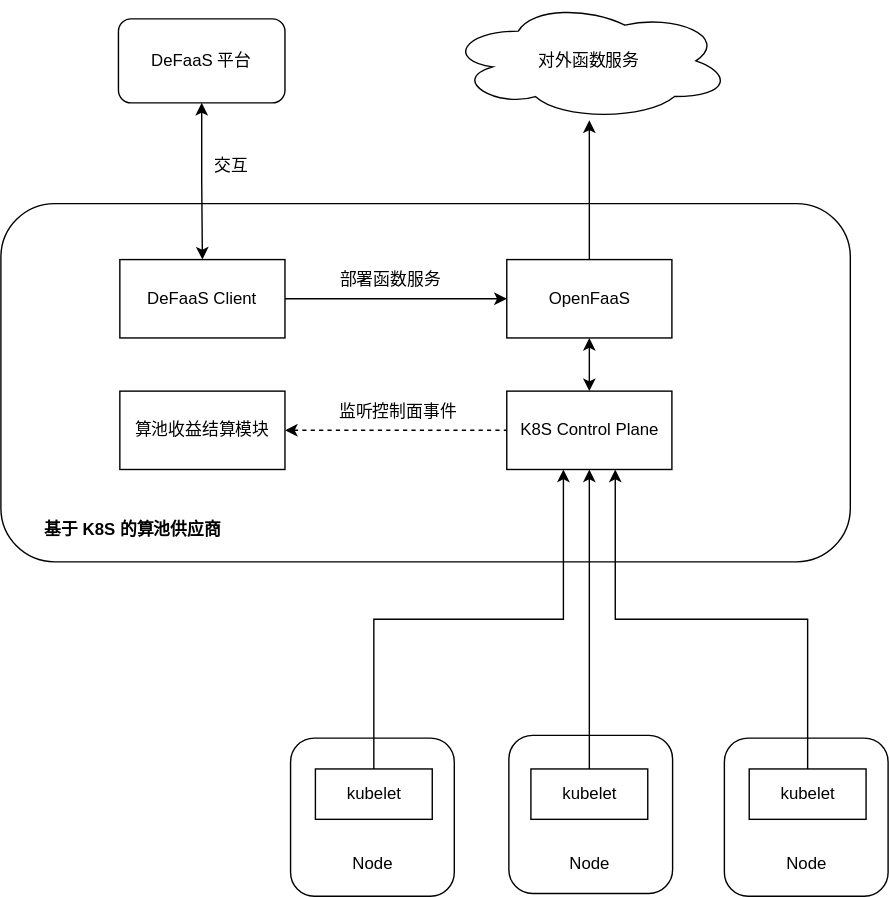
Before: docs/defaas-docs/defaas-imgs/K8S-based-Computing-Pool-Provider.svg, a diagram exported from draw.io (BangHonor/DeFaaS). Source tidied: cells renumbered, new cells last; positions are measured from the earlier drawing's top-left corner, leaving out a move shared by most shapes. The source it was exported from:
```xml
<mxGraphModel>
  <root>
    <mxCell id="0" />
    <mxCell id="1" parent="0" />
    <mxCell id="2" style="rounded=1;whiteSpace=wrap;html=1;" parent="1" vertex="1">
      <mxGeometry x="363" y="525" width="117" height="113" as="geometry" />
    </mxCell>
    <mxCell id="3" style="rounded=1;whiteSpace=wrap;html=1;" parent="1" vertex="1">
      <mxGeometry y="145" width="607" height="256" as="geometry" />
    </mxCell>
    <mxCell id="4" style="edgeStyle=orthogonalEdgeStyle;rounded=0;jettySize=auto;html=1;entryX=0.5;entryY=0;entryDx=0;entryDy=0;startArrow=classic;startFill=1;" parent="1" edge="1" source="5" target="14">
      <mxGeometry relative="1" as="geometry" />
    </mxCell>
    <mxCell id="5" value="DeFaaS 平台" style="rounded=1;whiteSpace=wrap;html=1;" parent="1" vertex="1">
      <mxGeometry x="84" y="13" width="119" height="60" as="geometry" />
    </mxCell>
    <mxCell id="6" style="edgeStyle=orthogonalEdgeStyle;rounded=0;jettySize=auto;html=1;startArrow=classic;startFill=1;endArrow=none;endFill=0;" parent="1" edge="1" source="7" target="10">
      <mxGeometry relative="1" as="geometry" />
    </mxCell>
    <mxCell id="7" value="对外函数服务" style="ellipse;shape=cloud;whiteSpace=wrap;html=1;" parent="1" vertex="1">
      <mxGeometry x="319" y="0.5" width="203" height="85" as="geometry" />
    </mxCell>
    <mxCell id="8" value="K8S Control Plane" style="rounded=0;whiteSpace=wrap;html=1;" parent="1" vertex="1">
      <mxGeometry x="361.5" y="279" width="118" height="56" as="geometry" />
    </mxCell>
    <mxCell id="9" style="edgeStyle=orthogonalEdgeStyle;rounded=0;jettySize=auto;html=1;exitX=0.5;exitY=1;exitDx=0;exitDy=0;entryX=0.5;entryY=0;entryDx=0;entryDy=0;startArrow=classic;startFill=1;" parent="1" edge="1" source="10" target="8">
      <mxGeometry relative="1" as="geometry" />
    </mxCell>
    <mxCell id="10" value="OpenFaaS" style="rounded=0;whiteSpace=wrap;html=1;" parent="1" vertex="1">
      <mxGeometry x="361.5" y="185" width="118" height="56" as="geometry" />
    </mxCell>
    <mxCell id="11" style="edgeStyle=orthogonalEdgeStyle;rounded=0;jettySize=auto;html=1;startArrow=classic;startFill=1;endArrow=none;endFill=0;dashed=1;" parent="1" edge="1" source="12" target="8">
      <mxGeometry relative="1" as="geometry" />
    </mxCell>
    <mxCell id="12" value="算池收益结算模块" style="rounded=0;whiteSpace=wrap;html=1;" parent="1" vertex="1">
      <mxGeometry x="85" y="279" width="118" height="56" as="geometry" />
    </mxCell>
    <mxCell id="13" style="edgeStyle=orthogonalEdgeStyle;rounded=0;jettySize=auto;html=1;entryX=0;entryY=0.5;entryDx=0;entryDy=0;startArrow=none;startFill=0;" parent="1" edge="1" source="14" target="10">
      <mxGeometry relative="1" as="geometry" />
    </mxCell>
    <mxCell id="14" value="DeFaaS Client" style="rounded=0;whiteSpace=wrap;html=1;" parent="1" vertex="1">
      <mxGeometry x="85" y="185" width="118" height="56" as="geometry" />
    </mxCell>
    <mxCell id="15" style="edgeStyle=elbowEdgeStyle;rounded=0;jettySize=auto;elbow=vertical;html=1;startArrow=none;startFill=0;endArrow=classic;endFill=1;entryX=0.5;entryY=1;entryDx=0;entryDy=0;" parent="1" edge="1" source="16" target="8">
      <mxGeometry relative="1" as="geometry" />
    </mxCell>
    <mxCell id="16" value="kubelet" style="rounded=0;whiteSpace=wrap;html=1;" parent="1" vertex="1">
      <mxGeometry x="378.8" y="549" width="83.5" height="36" as="geometry" />
    </mxCell>
    <mxCell id="17" value="Node" style="text;html=1;strokeColor=none;fillColor=none;align=center;verticalAlign=middle;whiteSpace=wrap;rounded=0;" parent="1" vertex="1">
      <mxGeometry x="400.5" y="607" width="40" height="20" as="geometry" />
    </mxCell>
    <mxCell id="18" style="rounded=1;whiteSpace=wrap;html=1;" parent="1" vertex="1">
      <mxGeometry x="517" y="527" width="117" height="113" as="geometry" />
    </mxCell>
    <mxCell id="19" style="edgeStyle=elbowEdgeStyle;rounded=0;jettySize=auto;elbow=vertical;html=1;entryX=0.657;entryY=1;entryDx=0;entryDy=0;entryPerimeter=0;startArrow=none;startFill=0;endArrow=classic;endFill=1;" parent="1" edge="1" source="20" target="8">
      <mxGeometry relative="1" as="geometry" />
    </mxCell>
    <mxCell id="20" value="kubelet" style="rounded=0;whiteSpace=wrap;html=1;" parent="1" vertex="1">
      <mxGeometry x="534.8" y="549" width="83.5" height="36" as="geometry" />
    </mxCell>
    <mxCell id="21" value="Node" style="text;html=1;strokeColor=none;fillColor=none;align=center;verticalAlign=middle;whiteSpace=wrap;rounded=0;" parent="1" vertex="1">
      <mxGeometry x="555.5" y="607" width="40" height="20" as="geometry" />
    </mxCell>
    <mxCell id="22" style="rounded=1;whiteSpace=wrap;html=1;" parent="1" vertex="1">
      <mxGeometry x="207" y="527" width="117" height="113" as="geometry" />
    </mxCell>
    <mxCell id="23" style="edgeStyle=elbowEdgeStyle;rounded=0;jettySize=auto;elbow=vertical;html=1;entryX=0.343;entryY=1;entryDx=0;entryDy=0;entryPerimeter=0;startArrow=none;startFill=0;endArrow=classic;endFill=1;" parent="1" edge="1" source="24" target="8">
      <mxGeometry relative="1" as="geometry" />
    </mxCell>
    <mxCell id="24" value="kubelet" style="rounded=0;whiteSpace=wrap;html=1;" parent="1" vertex="1">
      <mxGeometry x="224.8" y="549" width="83.5" height="36" as="geometry" />
    </mxCell>
    <mxCell id="25" value="Node" style="text;html=1;strokeColor=none;fillColor=none;align=center;verticalAlign=middle;whiteSpace=wrap;rounded=0;" parent="1" vertex="1">
      <mxGeometry x="245.5" y="607" width="40" height="20" as="geometry" />
    </mxCell>
    <mxCell id="26" value="&lt;b&gt;基于 K8S 的算池供应商&lt;/b&gt;" style="text;html=1;strokeColor=none;fillColor=none;align=center;verticalAlign=middle;whiteSpace=wrap;rounded=0;" parent="1" vertex="1">
      <mxGeometry x="9" y="364" width="171" height="28" as="geometry" />
    </mxCell>
    <mxCell id="27" value="交互" style="text;html=1;strokeColor=none;fillColor=none;align=center;verticalAlign=middle;whiteSpace=wrap;rounded=0;" parent="1" vertex="1">
      <mxGeometry x="145" y="108" width="40" height="20" as="geometry" />
    </mxCell>
    <mxCell id="28" value="部署函数服务" style="text;html=1;strokeColor=none;fillColor=none;align=center;verticalAlign=middle;whiteSpace=wrap;rounded=0;" parent="1" vertex="1">
      <mxGeometry x="238" y="190" width="81" height="20" as="geometry" />
    </mxCell>
    <mxCell id="29" value="监听控制面事件" style="text;html=1;strokeColor=none;fillColor=none;align=center;verticalAlign=middle;whiteSpace=wrap;rounded=0;" parent="1" vertex="1">
      <mxGeometry x="238" y="284" width="92" height="20" as="geometry" />
    </mxCell>
  </root>
</mxGraphModel>
```
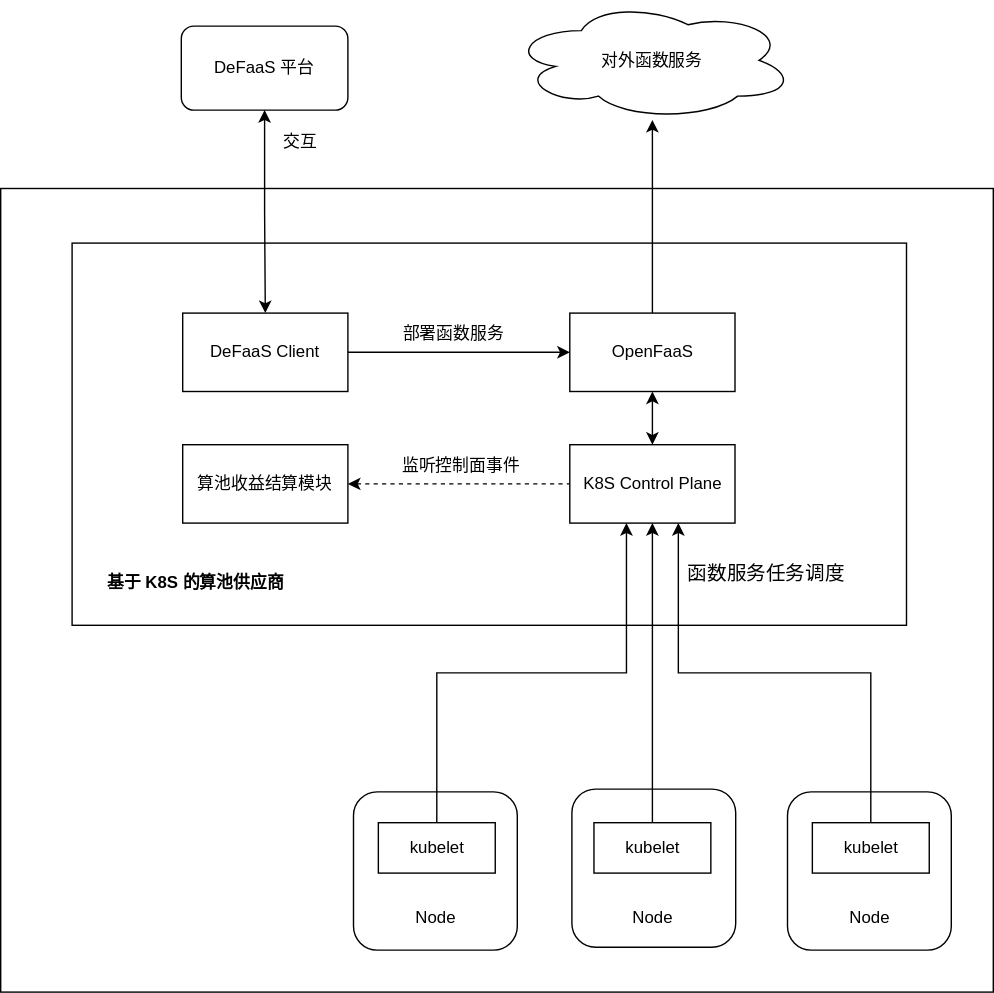
After the commit.

What changed in the source:
```diff
@@ -2,23 +2,26 @@
   <root>
     <mxCell id="0" />
     <mxCell id="1" parent="0" />
+    <mxCell id="30" style="rounded=0;whiteSpace=wrap;html=1;fontSize=14;" parent="1" vertex="1">
+      <mxGeometry x="-45" y="96" width="709" height="574" as="geometry" />
+    </mxCell>
+    <mxCell id="31" style="rounded=0;whiteSpace=wrap;html=1;fontSize=14;" parent="1" vertex="1">
+      <mxGeometry x="6" y="135" width="596" height="273" as="geometry" />
+    </mxCell>
     <mxCell id="2" style="rounded=1;whiteSpace=wrap;html=1;" parent="1" vertex="1">
       <mxGeometry x="363" y="525" width="117" height="113" as="geometry" />
     </mxCell>
-    <mxCell id="3" style="rounded=1;whiteSpace=wrap;html=1;" parent="1" vertex="1">
-      <mxGeometry y="145" width="607" height="256" as="geometry" />
-    </mxCell>
     <mxCell id="4" style="edgeStyle=orthogonalEdgeStyle;rounded=0;jettySize=auto;html=1;entryX=0.5;entryY=0;entryDx=0;entryDy=0;startArrow=classic;startFill=1;" parent="1" edge="1" source="5" target="14">
       <mxGeometry relative="1" as="geometry" />
     </mxCell>
     <mxCell id="5" value="DeFaaS 平台" style="rounded=1;whiteSpace=wrap;html=1;" parent="1" vertex="1">
-      <mxGeometry x="84" y="13" width="119" height="60" as="geometry" />
+      <mxGeometry x="84" y="-20" width="119" height="60" as="geometry" />
     </mxCell>
     <mxCell id="6" style="edgeStyle=orthogonalEdgeStyle;rounded=0;jettySize=auto;html=1;startArrow=classic;startFill=1;endArrow=none;endFill=0;" parent="1" edge="1" source="7" target="10">
       <mxGeometry relative="1" as="geometry" />
     </mxCell>
     <mxCell id="7" value="对外函数服务" style="ellipse;shape=cloud;whiteSpace=wrap;html=1;" parent="1" vertex="1">
-      <mxGeometry x="319" y="0.5" width="203" height="85" as="geometry" />
+      <mxGeometry x="319" y="-38" width="203" height="85" as="geometry" />
     </mxCell>
     <mxCell id="8" value="K8S Control Plane" style="rounded=0;whiteSpace=wrap;html=1;" parent="1" vertex="1">
       <mxGeometry x="361.5" y="279" width="118" height="56" as="geometry" />
@@ -78,7 +81,7 @@
       <mxGeometry x="9" y="364" width="171" height="28" as="geometry" />
     </mxCell>
     <mxCell id="27" value="交互" style="text;html=1;strokeColor=none;fillColor=none;align=center;verticalAlign=middle;whiteSpace=wrap;rounded=0;" parent="1" vertex="1">
-      <mxGeometry x="145" y="108" width="40" height="20" as="geometry" />
+      <mxGeometry x="149" y="53" width="40" height="20" as="geometry" />
     </mxCell>
     <mxCell id="28" value="部署函数服务" style="text;html=1;strokeColor=none;fillColor=none;align=center;verticalAlign=middle;whiteSpace=wrap;rounded=0;" parent="1" vertex="1">
       <mxGeometry x="238" y="190" width="81" height="20" as="geometry" />
@@ -86,5 +89,8 @@
     <mxCell id="29" value="监听控制面事件" style="text;html=1;strokeColor=none;fillColor=none;align=center;verticalAlign=middle;whiteSpace=wrap;rounded=0;" parent="1" vertex="1">
       <mxGeometry x="238" y="284" width="92" height="20" as="geometry" />
     </mxCell>
+    <mxCell id="32" value="函数服务任务调度" style="text;html=1;strokeColor=none;fillColor=none;align=center;verticalAlign=middle;whiteSpace=wrap;rounded=0;fontSize=14;" parent="1" vertex="1">
+      <mxGeometry x="440.5" y="360" width="122" height="22" as="geometry" />
+    </mxCell>
   </root>
 </mxGraphModel>
```
